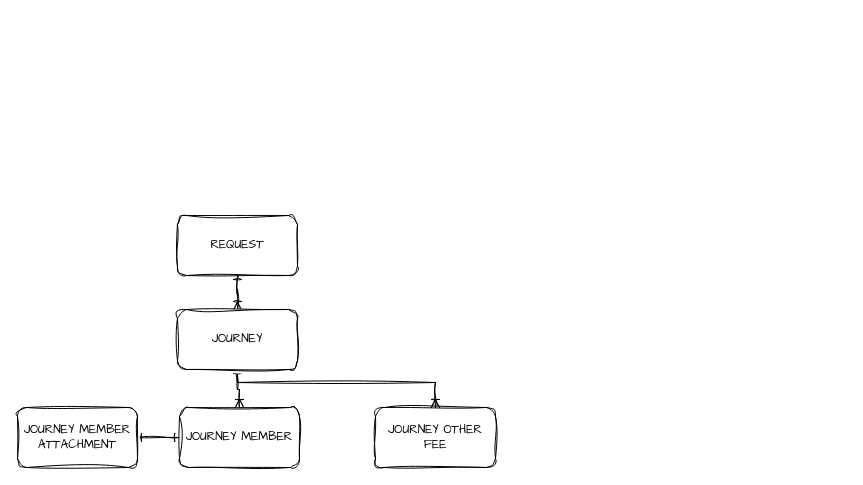
Above: page "UNICONS" (5 of 5) of Sketchs/MySketch.drawio in DataTeamBP/MyDrawIO (draw.io), before the change. Source tidied: cells renumbered, new cells numbered last; positions are measured from the earlier drawing's top-left corner, leaving out a move shared by most shapes. Both pictures are drawn from the tidied source at 100%, with x=0, y=0 at pixel (17, 215).
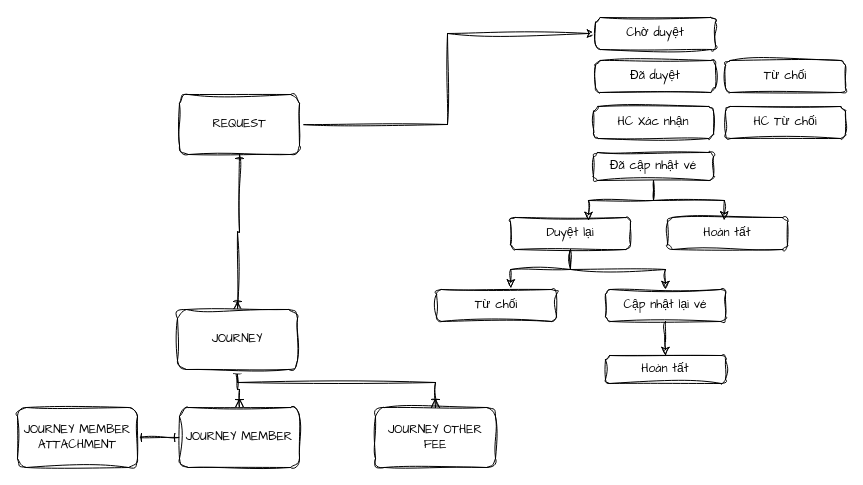
The same diagram, later.

The edit, as a diff of the source:
```diff
@@
+    <mxCell id="11" style="edgeStyle=orthogonalEdgeStyle;rounded=0;sketch=1;hachureGap=4;jiggle=2;curveFitting=1;jettySize=auto;html=1;entryX=0;entryY=0.5;entryDx=0;entryDy=0;fontFamily=Architects Daughter;" parent="1" edge="1" source="3" target="12">
+      <mxGeometry relative="1" as="geometry" />
+    </mxCell>
     <mxCell id="3" value="REQUEST" style="rounded=1;whiteSpace=wrap;html=1;sketch=1;hachureGap=4;jiggle=2;curveFitting=1;fontFamily=Architects Daughter;" parent="1" vertex="1">
-      <mxGeometry x="160" width="120" height="60" as="geometry" />
+      <mxGeometry x="162" y="-121" width="120" height="60" as="geometry" />
     </mxCell>
@@
+    <mxCell id="12" value="Chờ duyệt" style="rounded=1;whiteSpace=wrap;html=1;sketch=1;hachureGap=4;jiggle=2;curveFitting=1;fontFamily=Architects Daughter;" parent="1" vertex="1">
+      <mxGeometry x="578" y="-198" width="120" height="32" as="geometry" />
+    </mxCell>
+    <mxCell id="13" value="Đã duyệt" style="rounded=1;whiteSpace=wrap;html=1;sketch=1;hachureGap=4;jiggle=2;curveFitting=1;fontFamily=Architects Daughter;" parent="1" vertex="1">
+      <mxGeometry x="578" y="-155" width="120" height="32" as="geometry" />
+    </mxCell>
+    <mxCell id="14" value="HC Xác nhận" style="rounded=1;whiteSpace=wrap;html=1;sketch=1;hachureGap=4;jiggle=2;curveFitting=1;fontFamily=Architects Daughter;" parent="1" vertex="1">
+      <mxGeometry x="576" y="-109" width="120" height="32" as="geometry" />
+    </mxCell>
+    <mxCell id="15" style="edgeStyle=orthogonalEdgeStyle;rounded=0;sketch=1;hachureGap=4;jiggle=2;curveFitting=1;jettySize=auto;html=1;entryX=0.5;entryY=0;entryDx=0;entryDy=0;fontFamily=Architects Daughter;" parent="1" edge="1" source="16" target="24">
+      <mxGeometry relative="1" as="geometry" />
+    </mxCell>
+    <mxCell id="16" value="Duyệt lại" style="rounded=1;whiteSpace=wrap;html=1;sketch=1;hachureGap=4;jiggle=2;curveFitting=1;fontFamily=Architects Daughter;" parent="1" vertex="1">
+      <mxGeometry x="493" y="2" width="120" height="32" as="geometry" />
+    </mxCell>
+    <mxCell id="17" value="HC Từ chối" style="rounded=1;whiteSpace=wrap;html=1;sketch=1;hachureGap=4;jiggle=2;curveFitting=1;fontFamily=Architects Daughter;" parent="1" vertex="1">
+      <mxGeometry x="708" y="-109" width="120" height="32" as="geometry" />
+    </mxCell>
+    <mxCell id="18" value="Từ chối" style="rounded=1;whiteSpace=wrap;html=1;sketch=1;hachureGap=4;jiggle=2;curveFitting=1;fontFamily=Architects Daughter;" parent="1" vertex="1">
+      <mxGeometry x="708" y="-155" width="120" height="32" as="geometry" />
+    </mxCell>
+    <mxCell id="19" value="Đã cập nhật vé" style="rounded=1;whiteSpace=wrap;html=1;sketch=1;hachureGap=4;jiggle=2;curveFitting=1;fontFamily=Architects Daughter;" parent="1" vertex="1">
+      <mxGeometry x="576" y="-63" width="120" height="28" as="geometry" />
+    </mxCell>
+    <mxCell id="20" value="Hoàn tất" style="rounded=1;whiteSpace=wrap;html=1;sketch=1;hachureGap=4;jiggle=2;curveFitting=1;fontFamily=Architects Daughter;" parent="1" vertex="1">
+      <mxGeometry x="650" y="2" width="120" height="32" as="geometry" />
+    </mxCell>
+    <mxCell id="21" style="edgeStyle=orthogonalEdgeStyle;rounded=0;sketch=1;hachureGap=4;jiggle=2;curveFitting=1;jettySize=auto;html=1;entryX=0.65;entryY=0.094;entryDx=0;entryDy=0;entryPerimeter=0;fontFamily=Architects Daughter;" parent="1" edge="1" source="19" target="16">
+      <mxGeometry relative="1" as="geometry" />
+    </mxCell>
+    <mxCell id="22" style="edgeStyle=orthogonalEdgeStyle;rounded=0;sketch=1;hachureGap=4;jiggle=2;curveFitting=1;jettySize=auto;html=1;entryX=0.473;entryY=0.079;entryDx=0;entryDy=0;entryPerimeter=0;fontFamily=Architects Daughter;" parent="1" edge="1" source="19" target="20">
+      <mxGeometry relative="1" as="geometry" />
+    </mxCell>
+    <mxCell id="23" style="edgeStyle=orthogonalEdgeStyle;rounded=0;sketch=1;hachureGap=4;jiggle=2;curveFitting=1;jettySize=auto;html=1;entryX=0.5;entryY=0;entryDx=0;entryDy=0;fontFamily=Architects Daughter;" parent="1" edge="1" source="24" target="27">
+      <mxGeometry relative="1" as="geometry" />
+    </mxCell>
+    <mxCell id="24" value="Cập nhật lại vé" style="rounded=1;whiteSpace=wrap;html=1;sketch=1;hachureGap=4;jiggle=2;curveFitting=1;fontFamily=Architects Daughter;" parent="1" vertex="1">
+      <mxGeometry x="588" y="74" width="120" height="32" as="geometry" />
+    </mxCell>
+    <mxCell id="25" value="Từ chối" style="rounded=1;whiteSpace=wrap;html=1;sketch=1;hachureGap=4;jiggle=2;curveFitting=1;fontFamily=Architects Daughter;" parent="1" vertex="1">
+      <mxGeometry x="419" y="74" width="120" height="32" as="geometry" />
+    </mxCell>
+    <mxCell id="26" style="edgeStyle=orthogonalEdgeStyle;rounded=0;sketch=1;hachureGap=4;jiggle=2;curveFitting=1;jettySize=auto;html=1;entryX=0.619;entryY=-0.046;entryDx=0;entryDy=0;entryPerimeter=0;fontFamily=Architects Daughter;" parent="1" edge="1" source="16" target="25">
+      <mxGeometry relative="1" as="geometry" />
+    </mxCell>
+    <mxCell id="27" value="Hoàn tất" style="rounded=1;whiteSpace=wrap;html=1;sketch=1;hachureGap=4;jiggle=2;curveFitting=1;fontFamily=Architects Daughter;" parent="1" vertex="1">
+      <mxGeometry x="588" y="140" width="120" height="28" as="geometry" />
+    </mxCell>
```
